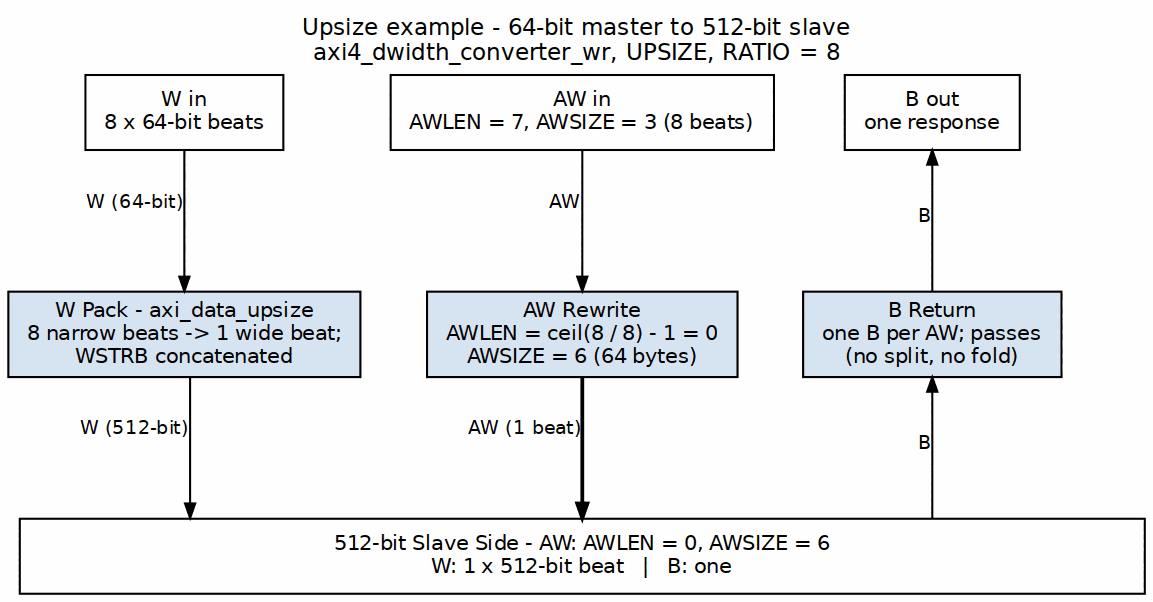
This is projects/components/fabric-gen-ip/bridge/docs/bridge_mas/assets/graphviz/upsize_converter.png from sean-galloway/RTLDesignSherpa, a Graphviz export, as it was before one commit. Its source is kept beside it as projects/components/fabric-gen-ip/bridge/docs/bridge_mas/assets/graphviz/upsize_converter.dot.
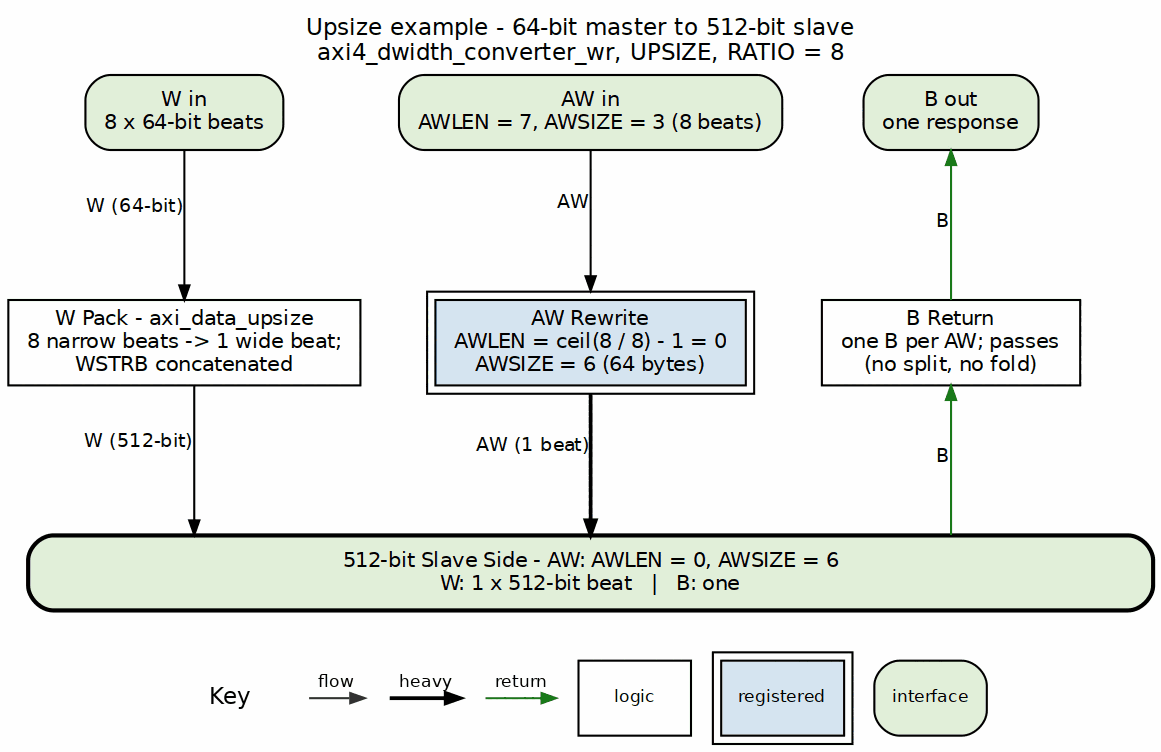
After the change.

Diff of the diagram source:
```diff
@@ -3,24 +3,24 @@
            nodesep="0.45", ranksep="0.95", splines=ortho, labelloc=t,
            label="Upsize example - 64-bit master to 512-bit slave\naxi4_dwidth_converter_wr, UPSIZE, RATIO = 8"];
     node  [fontname="Helvetica", fontsize=10, shape=box, style=filled,
-           fillcolor="#D6E4F0", color="black", margin="0.12,0.06"];
+           fillcolor="white", color="black", margin="0.12,0.06"];
     edge  [fontname="Helvetica", fontsize=9, color="black", arrowsize=0.7];
 
-    pl [label="W in\n8 x 64-bit beats", group=L, fillcolor="white"];
-    pc [label="AW in\nAWLEN = 7, AWSIZE = 3 (8 beats)", group=C, fillcolor="white"];
-    pr [label="B out\none response", group=R, fillcolor="white"];
+    pl [label="W in\n8 x 64-bit beats", group=L, fillcolor="white", style="rounded,filled", fillcolor="#E2EFDA"];
+    pc [label="AW in\nAWLEN = 7, AWSIZE = 3 (8 beats)", group=C, fillcolor="white", style="rounded,filled", fillcolor="#E2EFDA"];
+    pr [label="B out\none response", group=R, fillcolor="white", style="rounded,filled", fillcolor="#E2EFDA"];
     { rank=same; pl; pc; pr; }
     pl -> pc -> pr [style=invis];
-    bl [label="W Pack - axi_data_upsize\n8 narrow beats -> 1 wide beat;\nWSTRB concatenated", group=L];
-    bc [label="AW Rewrite\nAWLEN = ceil(8 / 8) - 1 = 0\nAWSIZE = 6 (64 bytes)", group=C];
-    br [label="B Return\none B per AW; passes\n(no split, no fold)", group=R];
+    bl [label="W Pack - axi_data_upsize\n8 narrow beats -> 1 wide beat;\nWSTRB concatenated", group=L, style="filled", fillcolor="white"];
+    bc [label="AW Rewrite\nAWLEN = ceil(8 / 8) - 1 = 0\nAWSIZE = 6 (64 bytes)", group=C, peripheries=2, style="filled", fillcolor="#D6E4F0"];
+    br [label="B Return\none B per AW; passes\n(no split, no fold)", group=R, style="filled", fillcolor="white"];
     { rank=same; bl; bc; br; }
     bl -> bc -> br [style=invis];
-    bar [label="512-bit Slave Side - AW: AWLEN = 0, AWSIZE = 6\nW: 1 x 512-bit beat   |   B: one", fillcolor="white", width=7.5];
+    bar [label="512-bit Slave Side - AW: AWLEN = 0, AWSIZE = 6\nW: 1 x 512-bit beat   |   B: one", fillcolor="white", width=7.5, style="rounded,filled,bold", fillcolor="#E2EFDA"];
     pl -> bl [xlabel="W (64-bit)"];
     pc -> bc [xlabel="AW"];
-    pr -> br [dir=back, xlabel="B"];
+    pr -> br [color="#1A7A1A", dir=back, xlabel="B"];
     bl -> bar [xlabel="W (512-bit)"];
     bc -> bar [xlabel="AW (1 beat)", penwidth=1.8];
-    br -> bar [dir=back, xlabel="B"];
+    br -> bar [color="#1A7A1A", dir=back, xlabel="B"];
 }
```
